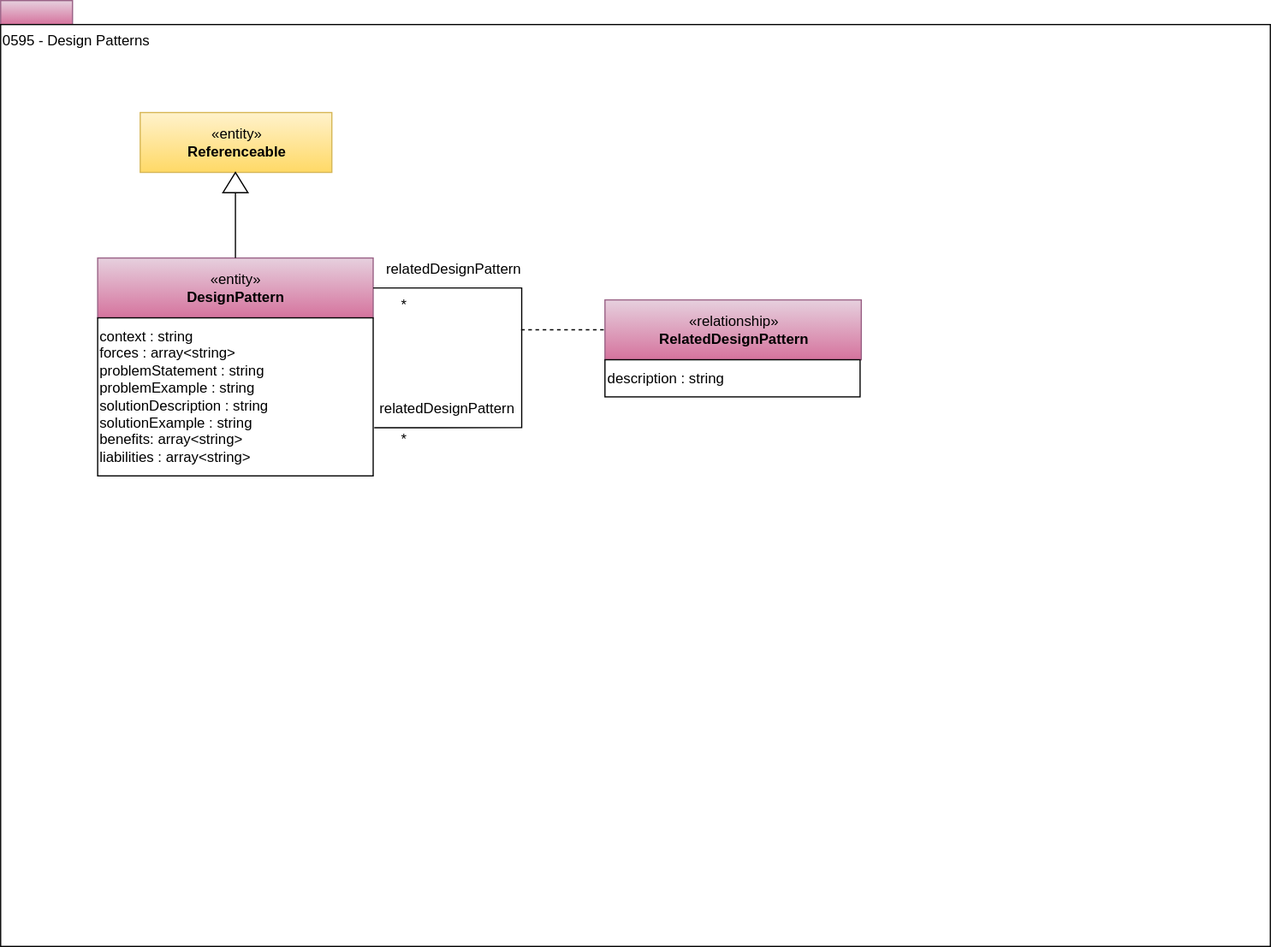
This is site/docs/types/5/0595-Design-Patterns.svg from odpi/egeria-docs, a draw.io export, as it was before one commit. Source tidied: cells renumbered, new cells last; positions are measured from the earlier drawing's top-left corner, leaving out a move shared by most shapes.
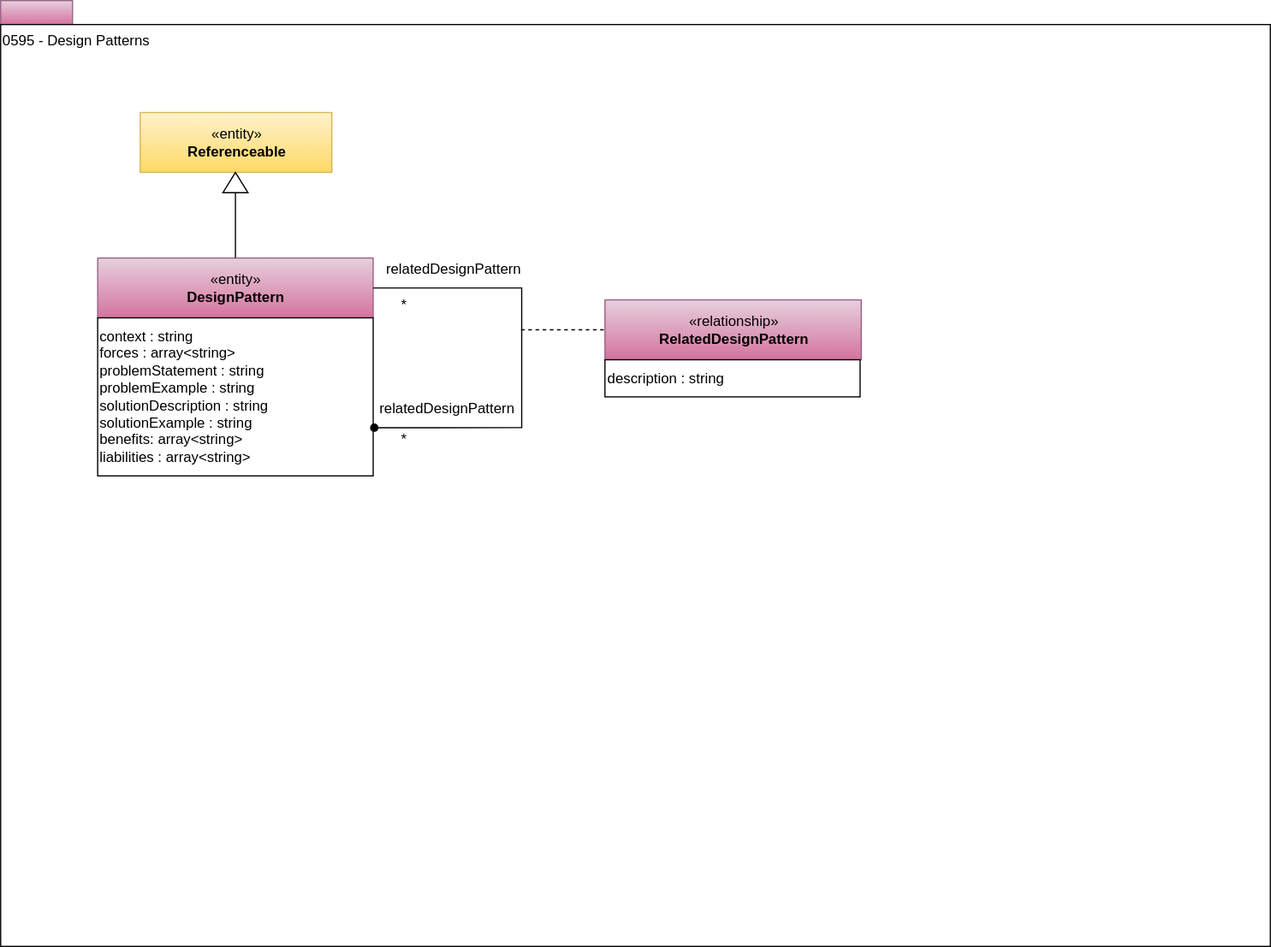
The same diagram one commit later.

The edit, as a diff of the source:
```diff
@@ -23,7 +23,7 @@
     <mxCell id="8" style="triangle;whiteSpace=wrap;html=1;strokeColor=#000000;gradientColor=#ffffff;align=center;rotation=-90;" parent="1" vertex="1">
       <mxGeometry x="187.5" y="141.5" width="17" height="21" as="geometry" />
     </mxCell>
-    <mxCell id="9" style="edgeStyle=orthogonalEdgeStyle;rounded=0;jettySize=auto;html=1;exitX=1;exitY=0.5;exitDx=0;exitDy=0;entryX=1.004;entryY=0.695;entryDx=0;entryDy=0;endArrow=none;endFill=0;entryPerimeter=0;" parent="1" edge="1" source="4" target="5">
+    <mxCell id="9" style="edgeStyle=orthogonalEdgeStyle;rounded=0;jettySize=auto;html=1;exitX=1;exitY=0.5;exitDx=0;exitDy=0;entryX=1.004;entryY=0.695;entryDx=0;entryDy=0;endArrow=oval;endFill=1;entryPerimeter=0;" parent="1" edge="1" source="4" target="5">
       <mxGeometry relative="1" as="geometry">
         <Array as="points">
           <mxPoint x="435" y="240" />
```
